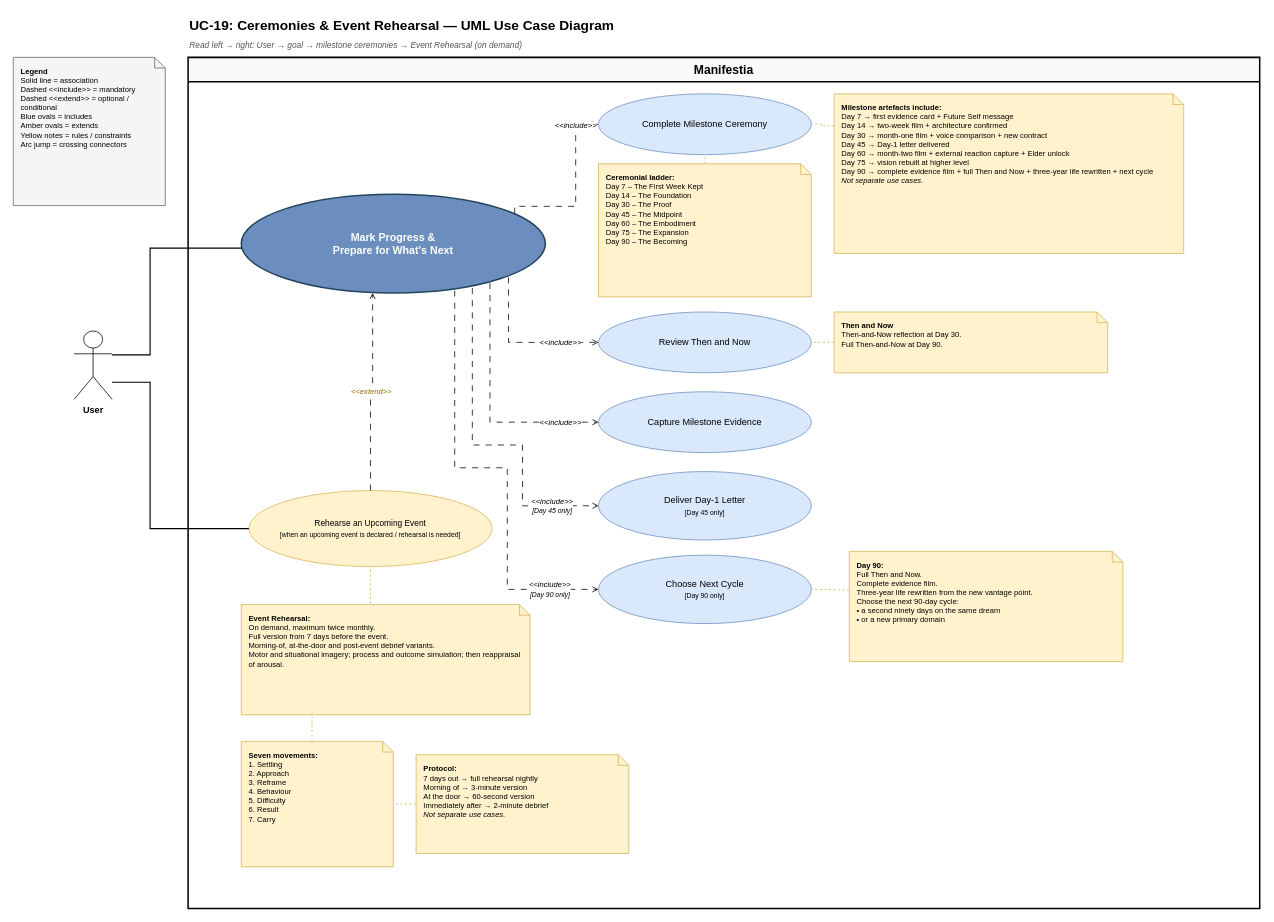
This is UC-19-Ceremonies-Event-Rehearsal.drawio from ayush-itt/manifestia-usecase-diagram, a draw.io file, before an edit. Source tidied: cells renumbered, new cells numbered last; positions are measured from the earlier drawing's top-left corner, leaving out a move shared by most shapes. Both pictures are drawn from the tidied source at 76%, with x=0, y=0 at pixel (13, 13).
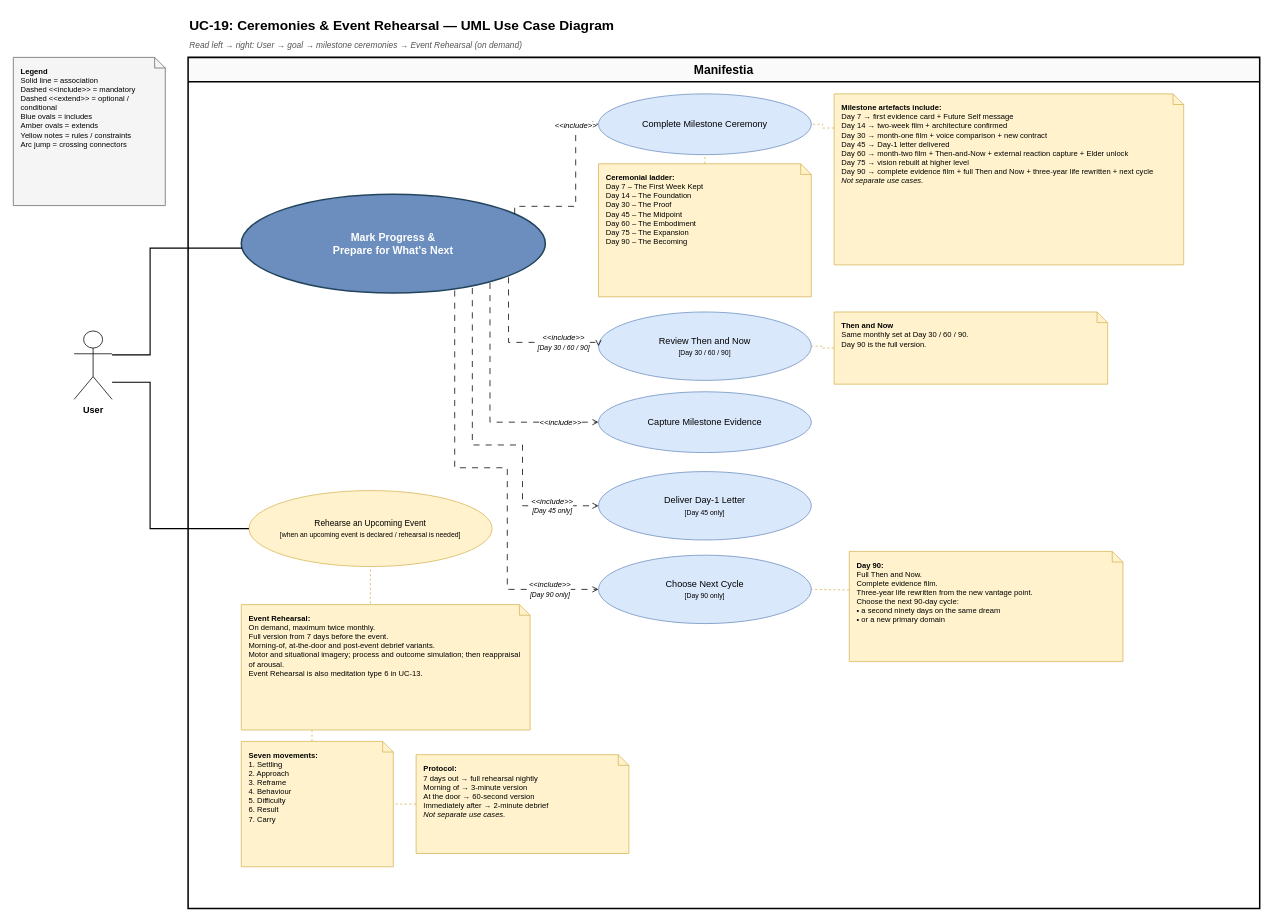
After the change.

Unchanged cells that the change refers to:
```xml
<mxCell id="6" value="Manifestia" style="swimlane;startSize=32;horizontal=1;fillColor=#fafafa;strokeColor=#000000;strokeWidth=2;fontStyle=1;fontSize=16;html=1;whiteSpace=wrap;" parent="1" vertex="1">
  <mxGeometry x="230" y="58" width="1410" height="1120" as="geometry" />
</mxCell>
<mxCell id="7" value="Mark Progress &amp;&lt;br&gt;Prepare for What's Next" style="ellipse;whiteSpace=wrap;html=1;fillColor=#6c8ebf;fontColor=#ffffff;strokeColor=#23445d;strokeWidth=2;fontStyle=1;fontSize=14;align=center;" parent="6" vertex="1">
  <mxGeometry x="70" y="180" width="400" height="130" as="geometry" />
</mxCell>
<mxCell id="17" value="Rehearse an Upcoming Event&lt;br&gt;&lt;font style=&quot;font-size:9px&quot;&gt;[when an upcoming event is declared / rehearsal is needed]&lt;/font&gt;" style="ellipse;whiteSpace=wrap;html=1;fillColor=#fff2cc;strokeColor=#d6b656;fontSize=11;align=center;" parent="6" vertex="1">
  <mxGeometry x="80" y="570" width="320" height="100" as="geometry" />
</mxCell>
```

Diff of the diagram source:
```diff
@@
-    <mxCell id="10" value="&lt;b&gt;Milestone artefacts include:&lt;/b&gt;&lt;br&gt;Day 7  → first evidence card + Future Self message&lt;br&gt;Day 14 → two-week film + architecture confirmed&lt;br&gt;Day 30 → month-one film + voice comparison + new contract&lt;br&gt;Day 45 → Day-1 letter delivered&lt;br&gt;Day 60 → month-two film + external reaction capture + Elder unlock&lt;br&gt;Day 75 → vision rebuilt at higher level&lt;br&gt;Day 90 → complete evidence film + full Then and Now + three-year life rewritten + next cycle&lt;br&gt;&lt;i&gt;Not separate use cases.&lt;/i&gt;" style="shape=note;whiteSpace=wrap;html=1;size=14;fillColor=#fff2cc;strokeColor=#d6b656;align=left;spacingLeft=8;spacingRight=8;spacingTop=6;fontSize=10;verticalAlign=top;" parent="6" vertex="1">
-      <mxGeometry x="850" y="48" width="460" height="210" as="geometry" />
+    <mxCell id="10" value="&lt;b&gt;Milestone artefacts include:&lt;/b&gt;&lt;br&gt;Day 7  → first evidence card + Future Self message&lt;br&gt;Day 14 → two-week film + architecture confirmed&lt;br&gt;Day 30 → month-one film + voice comparison + new contract&lt;br&gt;Day 45 → Day-1 letter delivered&lt;br&gt;Day 60 → month-two film + Then-and-Now + external reaction capture + Elder unlock&lt;br&gt;Day 75 → vision rebuilt at higher level&lt;br&gt;Day 90 → complete evidence film + full Then and Now + three-year life rewritten + next cycle&lt;br&gt;&lt;i&gt;Not separate use cases.&lt;/i&gt;" style="shape=note;whiteSpace=wrap;html=1;size=14;fillColor=#fff2cc;strokeColor=#d6b656;align=left;spacingLeft=8;spacingRight=8;spacingTop=6;fontSize=10;verticalAlign=top;" parent="6" vertex="1">
+      <mxGeometry x="850" y="48" width="460" height="225" as="geometry" />
     </mxCell>
-    <mxCell id="11" value="Review Then and Now" style="ellipse;whiteSpace=wrap;html=1;fillColor=#dae8fc;strokeColor=#6c8ebf;fontSize=12;align=center;" parent="6" vertex="1">
-      <mxGeometry x="540" y="335" width="280" height="80" as="geometry" />
+    <mxCell id="11" value="Review Then and Now&lt;br&gt;&lt;font style=&quot;font-size:9px&quot;&gt;[Day 30 / 60 / 90]&lt;/font&gt;" style="ellipse;whiteSpace=wrap;html=1;fillColor=#dae8fc;strokeColor=#6c8ebf;fontSize=12;align=center;" parent="6" vertex="1">
+      <mxGeometry x="540" y="335" width="280" height="90" as="geometry" />
     </mxCell>
-    <mxCell id="12" value="&lt;b&gt;Then and Now&lt;/b&gt;&lt;br&gt;Then-and-Now reflection at Day 30.&lt;br&gt;Full Then-and-Now at Day 90." style="shape=note;whiteSpace=wrap;html=1;size=14;fillColor=#fff2cc;strokeColor=#d6b656;align=left;spacingLeft=8;spacingRight=8;spacingTop=6;fontSize=10;verticalAlign=top;" parent="6" vertex="1">
-      <mxGeometry x="850" y="335" width="360" height="80" as="geometry" />
+    <mxCell id="12" value="&lt;b&gt;Then and Now&lt;/b&gt;&lt;br&gt;Same monthly set at Day 30 / 60 / 90.&lt;br&gt;Day 90 is the full version." style="shape=note;whiteSpace=wrap;html=1;size=14;fillColor=#fff2cc;strokeColor=#d6b656;align=left;spacingLeft=8;spacingRight=8;spacingTop=6;fontSize=10;verticalAlign=top;" parent="6" vertex="1">
+      <mxGeometry x="850" y="335" width="360" height="95" as="geometry" />
     </mxCell>
@@
-    <mxCell id="18" value="&lt;b&gt;Event Rehearsal:&lt;/b&gt;&lt;br&gt;On demand, maximum twice monthly.&lt;br&gt;Full version from 7 days before the event.&lt;br&gt;Morning-of, at-the-door and post-event debrief variants.&lt;br&gt;Motor and situational imagery; process and outcome simulation; then reappraisal of arousal." style="shape=note;whiteSpace=wrap;html=1;size=14;fillColor=#fff2cc;strokeColor=#d6b656;align=left;spacingLeft=8;spacingRight=8;spacingTop=6;fontSize=10;verticalAlign=top;" parent="6" vertex="1">
-      <mxGeometry x="70" y="720" width="380" height="145" as="geometry" />
+    <mxCell id="18" value="&lt;b&gt;Event Rehearsal:&lt;/b&gt;&lt;br&gt;On demand, maximum twice monthly.&lt;br&gt;Full version from 7 days before the event.&lt;br&gt;Morning-of, at-the-door and post-event debrief variants.&lt;br&gt;Motor and situational imagery; process and outcome simulation; then reappraisal of arousal.&lt;br&gt;Event Rehearsal is also meditation type 6 in UC-13." style="shape=note;whiteSpace=wrap;html=1;size=14;fillColor=#fff2cc;strokeColor=#d6b656;align=left;spacingLeft=8;spacingRight=8;spacingTop=6;fontSize=10;verticalAlign=top;" parent="6" vertex="1">
+      <mxGeometry x="70" y="720" width="380" height="165" as="geometry" />
     </mxCell>
@@
-    <mxCell id="22" value="&amp;lt;&amp;lt;include&amp;gt;&amp;gt;" style="endArrow=open;endFill=0;dashed=1;dashPattern=8 8;fontSize=10;fontStyle=2;labelBackgroundColor=#ffffff;jumpStyle=arc;jumpSize=10;exitX=0.879;exitY=0.841;exitDx=0;exitDy=0;entryX=0;entryY=0.5;entryDx=0;entryDy=0;edgeStyle=orthogonalEdgeStyle;rounded=0;html=1;exitPerimeter=0;" parent="6" edge="1" source="7" target="11">
+    <mxCell id="22" value="&amp;lt;&amp;lt;include&amp;gt;&amp;gt;&lt;br&gt;&lt;font style=&quot;font-size:9px&quot;&gt;[Day 30 / 60 / 90]&lt;/font&gt;" style="endArrow=open;endFill=0;dashed=1;dashPattern=8 8;fontSize=10;fontStyle=2;labelBackgroundColor=#ffffff;jumpStyle=arc;jumpSize=10;exitX=0.879;exitY=0.841;exitDx=0;exitDy=0;entryX=0;entryY=0.5;entryDx=0;entryDy=0;edgeStyle=orthogonalEdgeStyle;rounded=0;html=1;exitPerimeter=0;" parent="6" edge="1" source="7" target="11">
       <mxGeometry x="0.51" relative="1" as="geometry">
         <Array as="points">
           <mxPoint x="421.6" y="375" />
         </Array>
       </mxGeometry>
     </mxCell>
@@
-    <mxCell id="26" value="&amp;lt;&amp;lt;extend&amp;gt;&amp;gt;" style="endArrow=open;endFill=0;dashed=1;dashPattern=8 8;fontSize=10;fontStyle=2;fontColor=#9d6b00;labelBackgroundColor=#ffffff;jumpStyle=arc;jumpSize=10;exitX=0.5;exitY=0;exitDx=0;exitDy=0;entryX=0.432;entryY=0.999;entryDx=0;entryDy=0;rounded=0;html=1;entryPerimeter=0;edgeStyle=orthogonalEdgeStyle;" parent="6" edge="1" source="17" target="7">
-      <mxGeometry relative="1" as="geometry" />
-    </mxCell>
```
